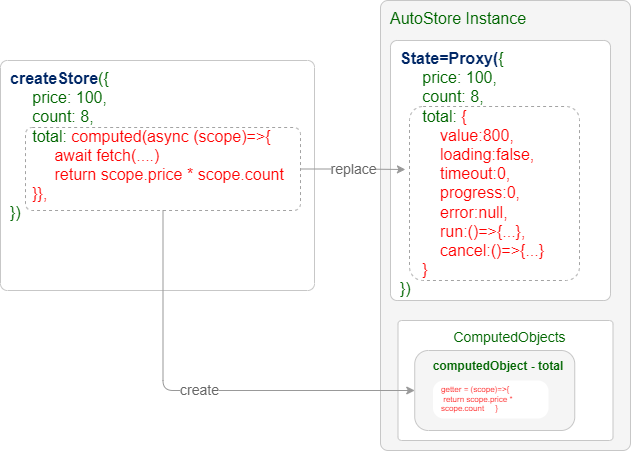
The draw.io diagram docs/zh/store/guide/computed/images/computed-async.drawio.png in zhangfisher/autostore, before a commit. Source tidied: cells renumbered, new cells last; positions are measured from the earlier drawing's top-left corner, leaving out a move shared by most shapes.
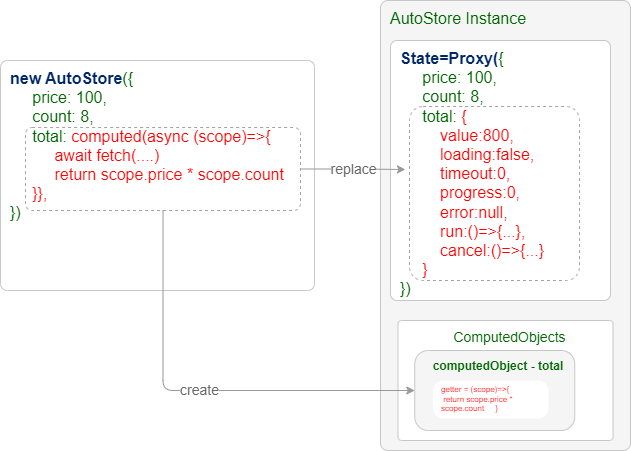
Above is the later version.

Diff of the diagram source:
```diff
@@ -5,7 +5,7 @@
     <mxCell id="2" value="&lt;div style=&quot;font-size: 16px;&quot;&gt;&lt;span style=&quot;background-color: initial; font-size: 16px;&quot;&gt;AutoStore Instance&lt;/span&gt;&lt;/div&gt;" style="rounded=1;whiteSpace=wrap;html=1;arcSize=3;fillColor=#F5F5F5;fontColor=#006600;strokeColor=#C7C7C7;align=left;verticalAlign=top;fontSize=16;spacingTop=2;spacingLeft=8;" parent="1" vertex="1">
       <mxGeometry x="380" width="250" height="450" as="geometry" />
     </mxCell>
-    <mxCell id="3" value="&lt;div style=&quot;font-size: 16px;&quot;&gt;&lt;span style=&quot;background-color: initial;&quot;&gt;&lt;font color=&quot;#002766&quot;&gt;&lt;b&gt;createStore&lt;/b&gt;&lt;/font&gt;({&lt;/span&gt;&lt;br&gt;&lt;/div&gt;&lt;div style=&quot;font-size: 16px;&quot;&gt;&lt;span style=&quot;background-color: initial;&quot;&gt;&amp;nbsp; &amp;nbsp; &amp;nbsp;price: 100,&lt;/span&gt;&lt;/div&gt;&lt;div style=&quot;font-size: 16px;&quot;&gt;&lt;span style=&quot;background-color: initial;&quot;&gt;&amp;nbsp; &amp;nbsp; &amp;nbsp;count: 8,&lt;/span&gt;&lt;/div&gt;&lt;div style=&quot;font-size: 16px;&quot;&gt;&lt;span style=&quot;background-color: initial;&quot;&gt;&amp;nbsp; &amp;nbsp; &amp;nbsp;total:&lt;font color=&quot;#ff0000&quot;&gt; computed(async (scope)=&amp;gt;{&lt;/font&gt;&lt;/span&gt;&lt;/div&gt;&lt;div style=&quot;font-size: 16px;&quot;&gt;&lt;span style=&quot;background-color: initial;&quot;&gt;&lt;font color=&quot;#ff0000&quot;&gt;&amp;nbsp; &amp;nbsp; &amp;nbsp; &amp;nbsp; &amp;nbsp; await fetch(....)&lt;/font&gt;&lt;/span&gt;&lt;/div&gt;&lt;div style=&quot;font-size: 16px;&quot;&gt;&lt;span style=&quot;background-color: initial;&quot;&gt;&lt;font color=&quot;#ff0000&quot;&gt;&amp;nbsp; &amp;nbsp; &amp;nbsp; &amp;nbsp; &amp;nbsp; return scope.price * scope.count&lt;/font&gt;&lt;/span&gt;&lt;/div&gt;&lt;div style=&quot;font-size: 16px;&quot;&gt;&lt;span style=&quot;background-color: initial;&quot;&gt;&lt;font color=&quot;#ff0000&quot;&gt;&amp;nbsp; &amp;nbsp; &amp;nbsp;}},&lt;/font&gt;&lt;/span&gt;&lt;/div&gt;&lt;div style=&quot;font-size: 16px;&quot;&gt;&lt;span style=&quot;background-color: initial;&quot;&gt;})&lt;/span&gt;&lt;br&gt;&lt;/div&gt;" style="rounded=1;whiteSpace=wrap;html=1;arcSize=3;fillColor=#FFFFFF;fontColor=#006600;strokeColor=#C7C7C7;align=left;verticalAlign=top;fontSize=16;spacingTop=2;spacingLeft=8;" parent="1" vertex="1">
+    <mxCell id="3" value="&lt;div style=&quot;font-size: 16px;&quot;&gt;&lt;span style=&quot;background-color: initial;&quot;&gt;&lt;font color=&quot;#002766&quot;&gt;&lt;b&gt;new AutoStore&lt;/b&gt;&lt;/font&gt;({&lt;/span&gt;&lt;br&gt;&lt;/div&gt;&lt;div style=&quot;font-size: 16px;&quot;&gt;&lt;span style=&quot;background-color: initial;&quot;&gt;&amp;nbsp; &amp;nbsp; &amp;nbsp;price: 100,&lt;/span&gt;&lt;/div&gt;&lt;div style=&quot;font-size: 16px;&quot;&gt;&lt;span style=&quot;background-color: initial;&quot;&gt;&amp;nbsp; &amp;nbsp; &amp;nbsp;count: 8,&lt;/span&gt;&lt;/div&gt;&lt;div style=&quot;font-size: 16px;&quot;&gt;&lt;span style=&quot;background-color: initial;&quot;&gt;&amp;nbsp; &amp;nbsp; &amp;nbsp;total:&lt;font color=&quot;#ff0000&quot;&gt; computed(async (scope)=&amp;gt;{&lt;/font&gt;&lt;/span&gt;&lt;/div&gt;&lt;div style=&quot;font-size: 16px;&quot;&gt;&lt;span style=&quot;background-color: initial;&quot;&gt;&lt;font color=&quot;#ff0000&quot;&gt;&amp;nbsp; &amp;nbsp; &amp;nbsp; &amp;nbsp; &amp;nbsp; await fetch(....)&lt;/font&gt;&lt;/span&gt;&lt;/div&gt;&lt;div style=&quot;font-size: 16px;&quot;&gt;&lt;span style=&quot;background-color: initial;&quot;&gt;&lt;font color=&quot;#ff0000&quot;&gt;&amp;nbsp; &amp;nbsp; &amp;nbsp; &amp;nbsp; &amp;nbsp; return scope.price * scope.count&lt;/font&gt;&lt;/span&gt;&lt;/div&gt;&lt;div style=&quot;font-size: 16px;&quot;&gt;&lt;span style=&quot;background-color: initial;&quot;&gt;&lt;font color=&quot;#ff0000&quot;&gt;&amp;nbsp; &amp;nbsp; &amp;nbsp;}},&lt;/font&gt;&lt;/span&gt;&lt;/div&gt;&lt;div style=&quot;font-size: 16px;&quot;&gt;&lt;span style=&quot;background-color: initial;&quot;&gt;})&lt;/span&gt;&lt;br&gt;&lt;/div&gt;" style="rounded=1;whiteSpace=wrap;html=1;arcSize=3;fillColor=#FFFFFF;fontColor=#006600;strokeColor=#C7C7C7;align=left;verticalAlign=top;fontSize=16;spacingTop=2;spacingLeft=8;" parent="1" vertex="1">
       <mxGeometry y="60" width="314" height="230" as="geometry" />
     </mxCell>
     <mxCell id="4" value="&lt;div style=&quot;font-size: 14px;&quot;&gt;&lt;span style=&quot;background-color: initial; font-size: 14px;&quot;&gt;ComputedObjects&lt;/span&gt;&lt;/div&gt;" style="rounded=1;whiteSpace=wrap;html=1;arcSize=3;fillColor=#FFFFFF;fontColor=#006600;strokeColor=#C7C7C7;align=center;verticalAlign=top;fontSize=16;spacingTop=2;spacingLeft=8;strokeWidth=1;" parent="1" vertex="1">
```
